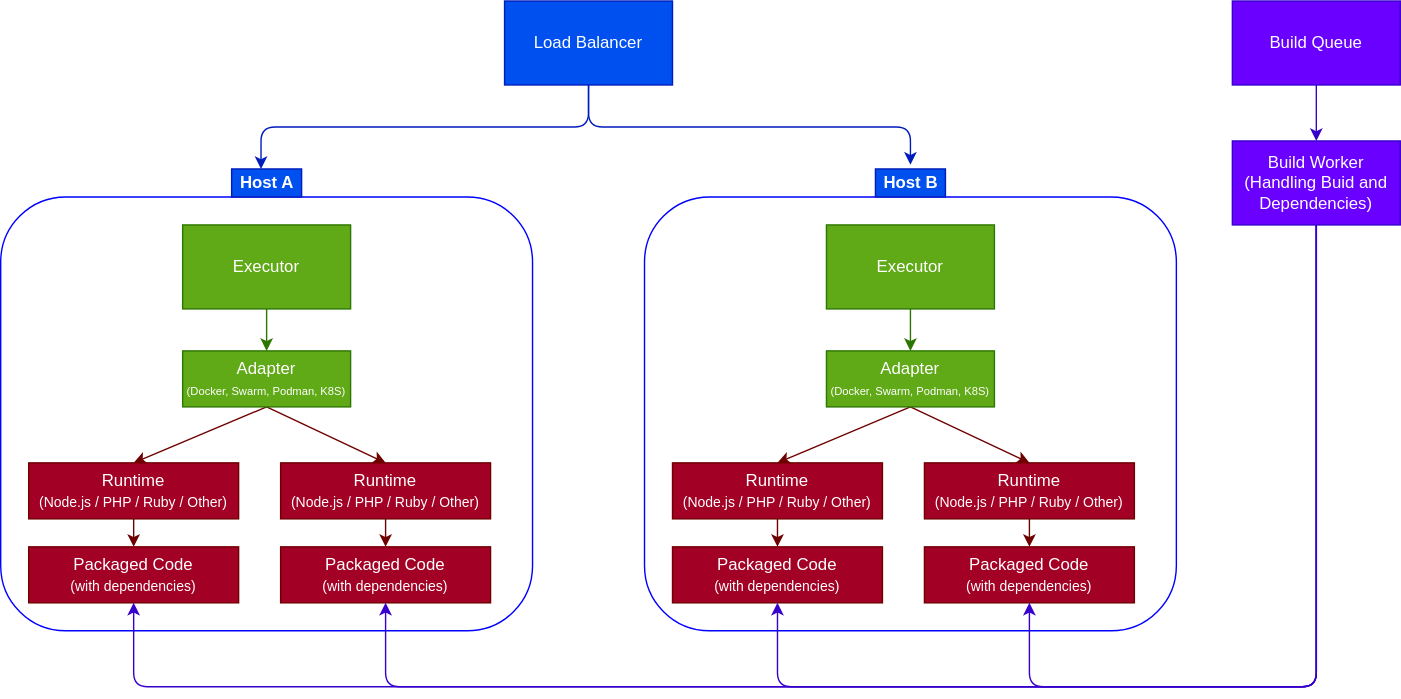
Before: architecture.v2.drawio.svg, a diagram exported from draw.io (open-runtimes/open-runtimes). Source tidied: cells renumbered, new cells last; positions are measured from the earlier drawing's top-left corner, leaving out a move shared by most shapes.
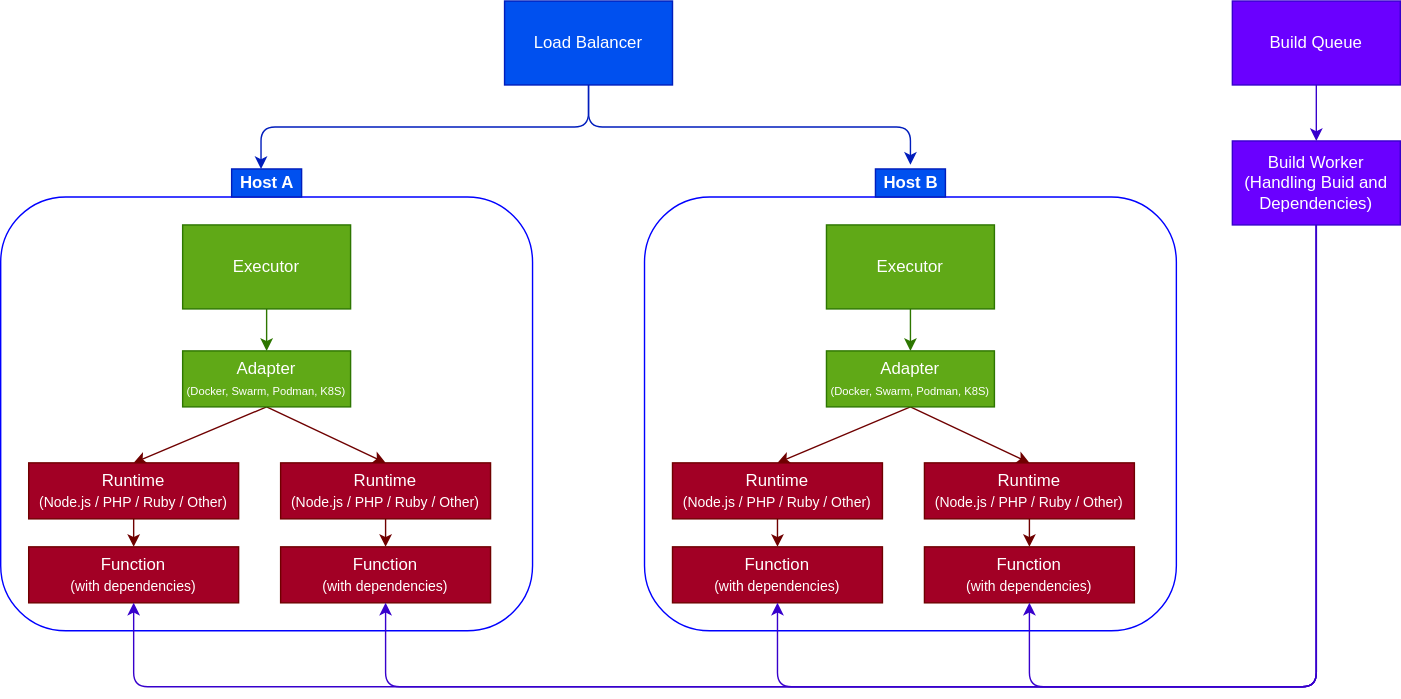
After the change.

Diff of the diagram source:
```diff
@@ -77,16 +77,16 @@
     <mxCell id="26" value="Load Balancer" style="rounded=0;whiteSpace=wrap;html=1;fillColor=#0050ef;fontColor=#ffffff;strokeColor=#001DBC;" parent="1" vertex="1">
       <mxGeometry x="360" width="120" height="60" as="geometry" />
     </mxCell>
-    <mxCell id="27" value="&lt;font&gt;Packaged Code&lt;br&gt;&lt;/font&gt;&lt;font style=&quot;font-size: 10px&quot;&gt;(with dependencies)&lt;/font&gt;" style="rounded=0;whiteSpace=wrap;html=1;fillColor=#a20025;fontColor=#ffffff;strokeColor=#6F0000;" parent="1" vertex="1">
+    <mxCell id="27" value="&lt;font&gt;Function&lt;br&gt;&lt;/font&gt;&lt;font style=&quot;font-size: 10px&quot;&gt;(with dependencies)&lt;/font&gt;" style="rounded=0;whiteSpace=wrap;html=1;fillColor=#a20025;fontColor=#ffffff;strokeColor=#6F0000;" parent="1" vertex="1">
       <mxGeometry x="20" y="390" width="150" height="40" as="geometry" />
     </mxCell>
-    <mxCell id="28" value="&lt;font&gt;Packaged Code&lt;br&gt;&lt;/font&gt;&lt;font style=&quot;font-size: 10px&quot;&gt;(with dependencies)&lt;/font&gt;" style="rounded=0;whiteSpace=wrap;html=1;fillColor=#a20025;fontColor=#ffffff;strokeColor=#6F0000;" parent="1" vertex="1">
+    <mxCell id="28" value="&lt;font&gt;Function&lt;br&gt;&lt;/font&gt;&lt;font style=&quot;font-size: 10px&quot;&gt;(with dependencies)&lt;/font&gt;" style="rounded=0;whiteSpace=wrap;html=1;fillColor=#a20025;fontColor=#ffffff;strokeColor=#6F0000;" parent="1" vertex="1">
       <mxGeometry x="200" y="390" width="150" height="40" as="geometry" />
     </mxCell>
-    <mxCell id="29" value="&lt;font&gt;Packaged Code&lt;br&gt;&lt;/font&gt;&lt;font style=&quot;font-size: 10px&quot;&gt;(with dependencies)&lt;/font&gt;" style="rounded=0;whiteSpace=wrap;html=1;fillColor=#a20025;fontColor=#ffffff;strokeColor=#6F0000;" parent="1" vertex="1">
+    <mxCell id="29" value="&lt;font style=&quot;font-size: 10px&quot;&gt;&lt;span style=&quot;font-size: 12px&quot;&gt;Function&lt;br&gt;&lt;/span&gt;(with dependencies)&lt;/font&gt;" style="rounded=0;whiteSpace=wrap;html=1;fillColor=#a20025;fontColor=#ffffff;strokeColor=#6F0000;" parent="1" vertex="1">
       <mxGeometry x="480" y="390" width="150" height="40" as="geometry" />
     </mxCell>
-    <mxCell id="30" value="&lt;font&gt;Packaged Code&lt;br&gt;&lt;/font&gt;&lt;font style=&quot;font-size: 10px&quot;&gt;(with dependencies)&lt;/font&gt;" style="rounded=0;whiteSpace=wrap;html=1;fillColor=#a20025;fontColor=#ffffff;strokeColor=#6F0000;" parent="1" vertex="1">
+    <mxCell id="30" value="&lt;font&gt;Function&lt;br&gt;&lt;/font&gt;&lt;font style=&quot;font-size: 10px&quot;&gt;(with dependencies)&lt;/font&gt;" style="rounded=0;whiteSpace=wrap;html=1;fillColor=#a20025;fontColor=#ffffff;strokeColor=#6F0000;" parent="1" vertex="1">
       <mxGeometry x="660" y="390" width="150" height="40" as="geometry" />
     </mxCell>
     <mxCell id="31" style="edgeStyle=none;html=1;fillColor=#6a00ff;strokeColor=#3700CC;" parent="1" edge="1" source="32" target="37">
```
